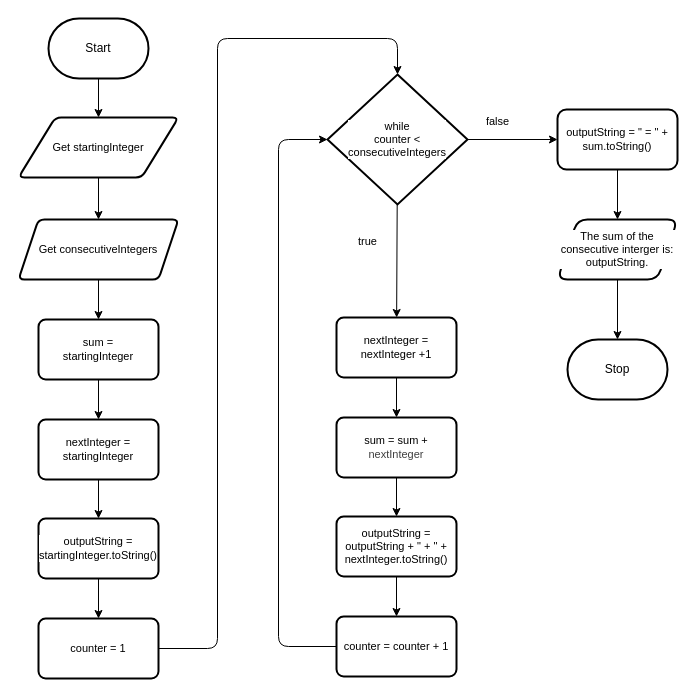
Above: design/flowchart.drawio in MTHS-ICD2O-1-2024/ICD2O-Assignment-05-Olivia-Ten-Den (draw.io), before the change. Source tidied: cells renumbered, new cells numbered last; positions are measured from the earlier drawing's top-left corner, leaving out a move shared by most shapes. Both pictures are drawn from the tidied source at 100%, with x=0, y=0 at pixel (18, 18).
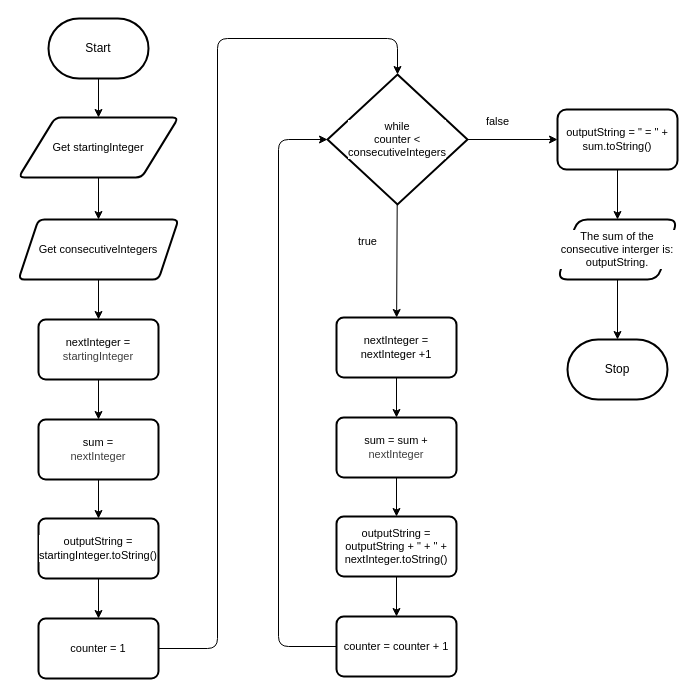
After the change.

Diff of the diagram source:
```diff
@@
-    <mxCell id="13" value="sum =&lt;div&gt;startingInteger&lt;/div&gt;" style="rounded=1;whiteSpace=wrap;html=1;fontSize=11;strokeWidth=2;arcSize=12;labelBackgroundColor=default;" parent="1" vertex="1">
+    <mxCell id="13" value="&lt;span style=&quot;color: rgb(0, 0, 0);&quot;&gt;nextInteger =&lt;br&gt;&lt;/span&gt;&lt;span style=&quot;color: rgb(63, 63, 63); background-color: light-dark(#ffffff, var(--ge-dark-color, #121212));&quot;&gt;startingInteger&lt;/span&gt;" style="rounded=1;whiteSpace=wrap;html=1;fontSize=11;strokeWidth=2;arcSize=12;labelBackgroundColor=default;" parent="1" vertex="1">
       <mxGeometry x="20" y="301" width="120" height="60" as="geometry" />
     </mxCell>
@@
-    <mxCell id="15" value="nextInteger =&lt;div&gt;startingInteger&lt;/div&gt;" style="rounded=1;whiteSpace=wrap;html=1;fontSize=11;strokeWidth=2;arcSize=12;labelBackgroundColor=default;" parent="1" vertex="1">
+    <mxCell id="15" value="&lt;span style=&quot;color: rgb(0, 0, 0);&quot;&gt;sum =&lt;/span&gt;&lt;div style=&quot;color: rgb(63, 63, 63); scrollbar-color: rgb(226, 226, 226) rgb(251, 251, 251);&quot;&gt;nextInteger&lt;/div&gt;" style="rounded=1;whiteSpace=wrap;html=1;fontSize=11;strokeWidth=2;arcSize=12;labelBackgroundColor=default;" parent="1" vertex="1">
       <mxGeometry x="20" y="401" width="120" height="60" as="geometry" />
     </mxCell>
```
